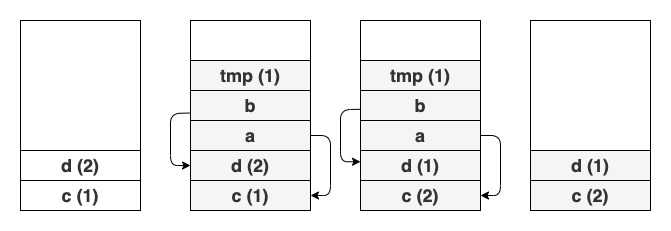
Before: img/passByPointerStack.png, a diagram exported from draw.io (agnekasan/Cpp). Source tidied: cells renumbered, new cells last; positions are measured from the earlier drawing's top-left corner, leaving out a move shared by most shapes.
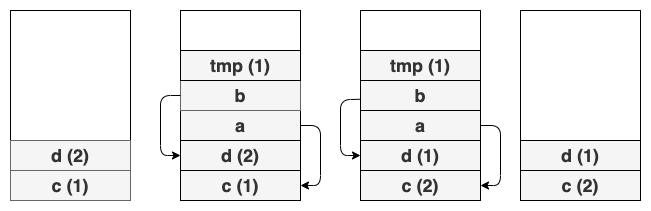
The same diagram one commit later.

Diff of the diagram source:
```diff
@@ -9,15 +9,15 @@
       <mxGeometry x="170" width="120" height="190" as="geometry" />
     </mxCell>
     <mxCell id="4" style="rounded=0;whiteSpace=wrap;html=1;" parent="1" vertex="1">
-      <mxGeometry x="340" width="120" height="190" as="geometry" />
+      <mxGeometry x="350" width="120" height="190" as="geometry" />
     </mxCell>
     <mxCell id="5" style="rounded=0;whiteSpace=wrap;html=1;" parent="1" vertex="1">
       <mxGeometry x="510" width="120" height="190" as="geometry" />
     </mxCell>
-    <mxCell id="6" value="c (1)" style="rounded=0;whiteSpace=wrap;html=1;fontSize=18;fontStyle=1;fillColor=#FFFFFF;strokeColor=#000000;fontColor=#333333;" parent="1" vertex="1">
+    <mxCell id="6" value="c (1)" style="rounded=0;whiteSpace=wrap;html=1;fontSize=18;fontStyle=1;fillColor=#f5f5f5;strokeColor=#666666;fontColor=#333333;" parent="1" vertex="1">
       <mxGeometry y="160" width="120" height="30" as="geometry" />
     </mxCell>
-    <mxCell id="7" value="d (2)" style="rounded=0;whiteSpace=wrap;html=1;fontSize=18;fontStyle=1;fillColor=#FFFFFF;strokeColor=#000000;fontColor=#333333;" parent="1" vertex="1">
+    <mxCell id="7" value="d (2)" style="rounded=0;whiteSpace=wrap;html=1;fontSize=18;fontStyle=1;fillColor=#f5f5f5;strokeColor=#666666;fontColor=#333333;" parent="1" vertex="1">
       <mxGeometry y="130" width="120" height="30" as="geometry" />
     </mxCell>
     <mxCell id="8" value="c (1)" style="rounded=0;whiteSpace=wrap;html=1;fontSize=18;fontStyle=1;fillColor=#f5f5f5;strokeColor=#000000;fontColor=#333333;" parent="1" vertex="1">
@@ -29,26 +29,26 @@
     <mxCell id="10" value="a" style="rounded=0;whiteSpace=wrap;html=1;fontSize=18;fontStyle=1;fillColor=#f5f5f5;strokeColor=#000000;fontColor=#333333;" parent="1" vertex="1">
       <mxGeometry x="170" y="100" width="120" height="30" as="geometry" />
     </mxCell>
-    <mxCell id="11" value="b" style="rounded=0;whiteSpace=wrap;html=1;fontSize=18;fontStyle=1;fillColor=#f5f5f5;strokeColor=#000000;fontColor=#333333;" parent="1" vertex="1">
+    <mxCell id="11" value="b" style="rounded=0;whiteSpace=wrap;html=1;fontSize=18;fontStyle=1;fillColor=#f5f5f5;strokeColor=#666666;fontColor=#333333;" parent="1" vertex="1">
       <mxGeometry x="170" y="70" width="120" height="30" as="geometry" />
     </mxCell>
     <mxCell id="12" value="tmp (1)" style="rounded=0;whiteSpace=wrap;html=1;fontSize=18;fontStyle=1;fillColor=#f5f5f5;strokeColor=#000000;fontColor=#333333;" parent="1" vertex="1">
       <mxGeometry x="170" y="40" width="120" height="30" as="geometry" />
     </mxCell>
     <mxCell id="13" value="c (2)" style="rounded=0;whiteSpace=wrap;html=1;fontSize=18;fontStyle=1;fillColor=#f5f5f5;strokeColor=#000000;fontColor=#333333;" parent="1" vertex="1">
-      <mxGeometry x="340" y="160" width="120" height="30" as="geometry" />
+      <mxGeometry x="350" y="160" width="120" height="30" as="geometry" />
     </mxCell>
     <mxCell id="14" value="d (1)" style="rounded=0;whiteSpace=wrap;html=1;fontSize=18;fontStyle=1;fillColor=#f5f5f5;strokeColor=#000000;fontColor=#333333;" parent="1" vertex="1">
-      <mxGeometry x="340" y="130" width="120" height="30" as="geometry" />
+      <mxGeometry x="350" y="130" width="120" height="30" as="geometry" />
     </mxCell>
     <mxCell id="15" value="a" style="rounded=0;whiteSpace=wrap;html=1;fontSize=18;fontStyle=1;fillColor=#f5f5f5;strokeColor=#000000;fontColor=#333333;" parent="1" vertex="1">
-      <mxGeometry x="340" y="100" width="120" height="30" as="geometry" />
+      <mxGeometry x="350" y="100" width="120" height="30" as="geometry" />
     </mxCell>
     <mxCell id="16" value="b" style="rounded=0;whiteSpace=wrap;html=1;fontSize=18;fontStyle=1;fillColor=#f5f5f5;strokeColor=#000000;fontColor=#333333;" parent="1" vertex="1">
-      <mxGeometry x="340" y="70" width="120" height="30" as="geometry" />
+      <mxGeometry x="350" y="70" width="120" height="30" as="geometry" />
     </mxCell>
     <mxCell id="17" value="tmp (1)" style="rounded=0;whiteSpace=wrap;html=1;fontSize=18;fontStyle=1;fillColor=#f5f5f5;strokeColor=#000000;fontColor=#333333;" parent="1" vertex="1">
-      <mxGeometry x="340" y="40" width="120" height="30" as="geometry" />
+      <mxGeometry x="350" y="40" width="120" height="30" as="geometry" />
     </mxCell>
     <mxCell id="18" value="c (2)" style="rounded=0;whiteSpace=wrap;html=1;fontSize=18;fontStyle=1;fillColor=#f5f5f5;strokeColor=#000000;fontColor=#333333;" parent="1" vertex="1">
       <mxGeometry x="510" y="160" width="120" height="30" as="geometry" />
@@ -56,41 +56,41 @@
     <mxCell id="19" value="d (1)" style="rounded=0;whiteSpace=wrap;html=1;fontSize=18;fontStyle=1;fillColor=#f5f5f5;strokeColor=#000000;fontColor=#333333;" parent="1" vertex="1">
       <mxGeometry x="510" y="130" width="120" height="30" as="geometry" />
     </mxCell>
-    <mxCell id="20" style="endArrow=classic;html=1;fontSize=18;exitX=0;exitY=0.75;exitDx=0;exitDy=0;entryX=0;entryY=0.5;entryDx=0;entryDy=0;" parent="1" edge="1" source="11" target="9">
+    <mxCell id="20" style="endArrow=classic;html=1;fontSize=18;exitX=0;exitY=0.5;exitDx=0;exitDy=0;entryX=0;entryY=0.5;entryDx=0;entryDy=0;" parent="1" edge="1" source="11" target="9">
       <mxGeometry relative="1" as="geometry">
         <Array as="points">
-          <mxPoint x="150" y="93" />
+          <mxPoint x="150" y="85" />
           <mxPoint x="150" y="145" />
         </Array>
       </mxGeometry>
     </mxCell>
-    <mxCell id="21" style="endArrow=classic;html=1;fontSize=18;exitX=1;exitY=0.5;exitDx=0;exitDy=0;entryX=1;entryY=0.5;entryDx=0;entryDy=0;" parent="1" edge="1" source="10" target="8">
-      <mxGeometry relative="1" as="geometry">
-        <Array as="points">
-          <mxPoint x="310" y="115" />
-          <mxPoint x="310" y="175" />
-        </Array>
-      </mxGeometry>
-    </mxCell>
-    <mxCell id="22" style="endArrow=classic;html=1;fontSize=18;exitX=0;exitY=0.75;exitDx=0;exitDy=0;entryX=0;entryY=0.5;entryDx=0;entryDy=0;" parent="1" edge="1">
-      <mxGeometry relative="1" as="geometry">
-        <mxPoint x="340" y="88.8" as="sourcePoint" />
-        <mxPoint x="340" y="141.2" as="targetPoint" />
-        <Array as="points">
-          <mxPoint x="320" y="89.2" />
-          <mxPoint x="320" y="141.2" />
-        </Array>
-      </mxGeometry>
-    </mxCell>
-    <mxCell id="23" style="endArrow=classic;html=1;fontSize=18;exitX=1;exitY=0.5;exitDx=0;exitDy=0;entryX=1;entryY=0.5;entryDx=0;entryDy=0;" parent="1" edge="1">
+    <mxCell id="23" style="endArrow=classic;html=1;fontSize=18;entryX=1;entryY=0.5;entryDx=0;entryDy=0;" parent="1" edge="1" target="13">
       <mxGeometry relative="1" as="geometry">
-        <mxPoint x="460" y="115" as="sourcePoint" />
-        <mxPoint x="460" y="175" as="targetPoint" />
+        <mxPoint x="470" y="115" as="sourcePoint" />
         <Array as="points">
-          <mxPoint x="480" y="115" />
-          <mxPoint x="480" y="175" />
+          <mxPoint x="490" y="115" />
+          <mxPoint x="490" y="175" />
         </Array>
       </mxGeometry>
     </mxCell>
+    <mxCell id="24" style="endArrow=classic;html=1;fontSize=18;exitX=1;exitY=0.5;exitDx=0;exitDy=0;entryX=1;entryY=0.5;entryDx=0;entryDy=0;" parent="1" edge="1">
+      <mxGeometry relative="1" as="geometry">
+        <mxPoint x="290" y="115" as="sourcePoint" />
+        <mxPoint x="290" y="175" as="targetPoint" />
+        <Array as="points">
+          <mxPoint x="310" y="115" />
+          <mxPoint x="310" y="175" />
+        </Array>
+      </mxGeometry>
+    </mxCell>
+    <mxCell id="25" style="endArrow=classic;html=1;fontSize=18;exitX=0;exitY=0.75;exitDx=0;exitDy=0;entryX=0;entryY=0.5;entryDx=0;entryDy=0;" parent="1" edge="1" target="14">
+      <mxGeometry relative="1" as="geometry">
+        <mxPoint x="350" y="88.8" as="sourcePoint" />
+        <Array as="points">
+          <mxPoint x="330" y="89.2" />
+          <mxPoint x="330" y="145" />
+        </Array>
+      </mxGeometry>
+    </mxCell>
   </root>
 </mxGraphModel>
```
